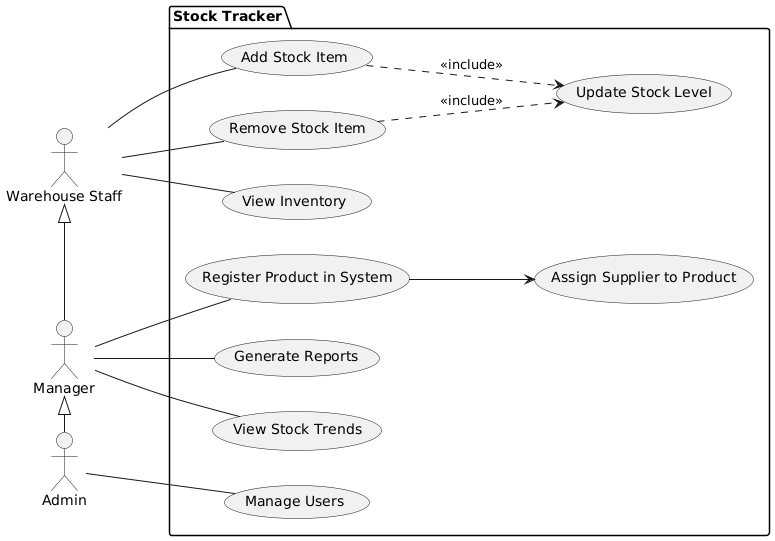
Zato-One/stock-tracker keeps this PlantUML diagram as docs/use-case-diagram.png. Above is the earlier version.
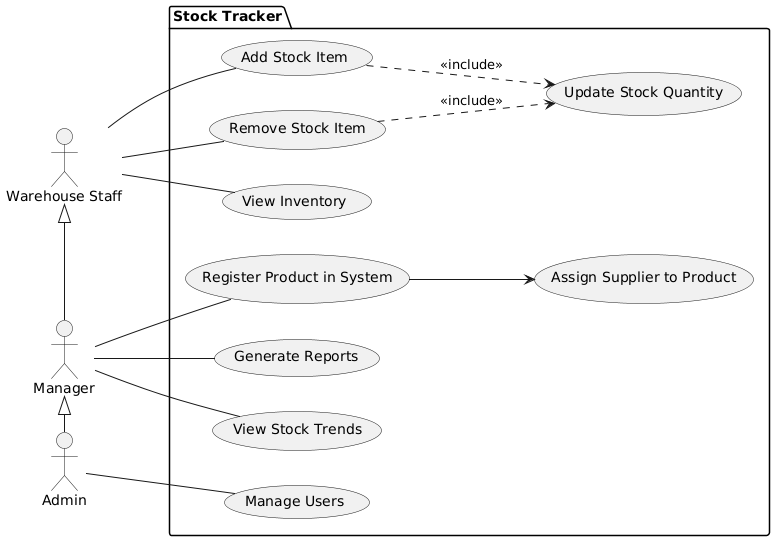
After the change.

Commit message:
Class diagram and use case diagram update

Change to the diagram source:
```diff
@@ -7,7 +7,7 @@
 package "Stock Tracker" {
   usecase "Manage Users" as uc_mu
   usecase "Register Product in System" as uc_rp
-  usecase "Update Stock Level" as uc_usl
+  usecase "Update Stock Quantity" as uc_usq
   usecase "Assign Supplier to Product" as uc_s
   usecase "Add Stock Item" as uc_asi
   usecase "Remove Stock Item" as uc_rsi
@@ -26,6 +26,6 @@
 a_m -- uc_rp
 a_a -- uc_mu
 uc_rp --> uc_s
-uc_asi ..> uc_usl : <<include>>
-uc_rsi ..> uc_usl : <<include>>
+uc_asi ..> uc_usq : <<include>>
+uc_rsi ..> uc_usq : <<include>>
 @enduml
```
